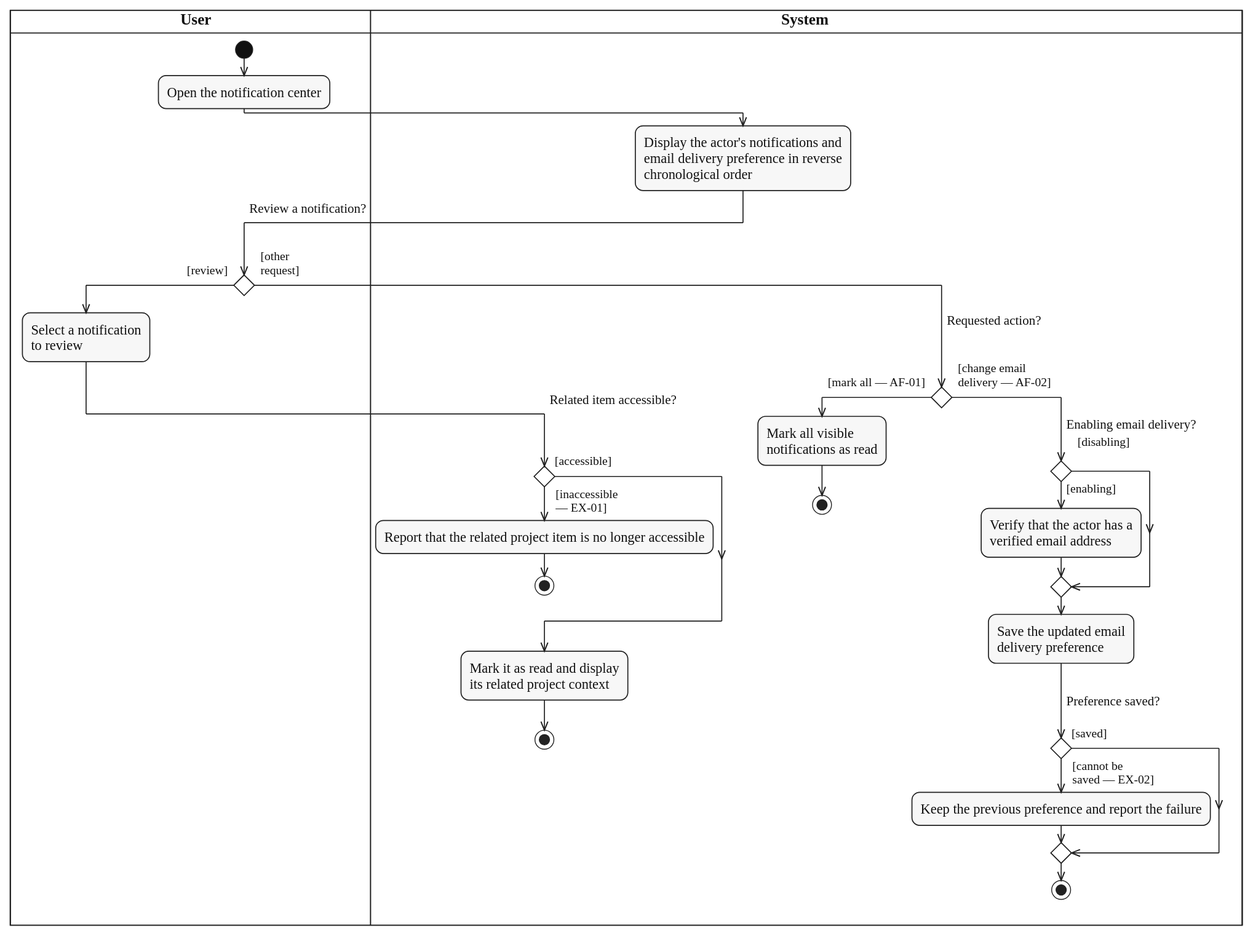
Before: diagrams/activity/collaboration-notification/svg/UC-NOTIFICATIONS-REVIEW.svg, a diagram exported from PlantUML (lukenab/swd392-doc-automation). Its source is kept beside it as diagrams/activity/collaboration-notification/source/UC-NOTIFICATIONS-REVIEW.puml. Its diagram source:
```plantuml
@startuml UC-NOTIFICATIONS-REVIEW
!include ../../_shared/activity-style.puml
|USR| $lane_title("User")
|SYS| $lane_title("System")

|USR|
start
:Open the notification center;
|SYS|
:Display the actor's notifications and
email delivery preference in reverse
chronological order;
|USR|
if ($question_x("Review a notification?")) then ($guard_left("[review]"))
  :Select a notification
  to review;
  |SYS|
  if ($question_x("Related item accessible?")) then ($guard_left("[accessible]"))
  else ($guard_right("[inaccessible", "— EX-01]"))
    :Report that the related project item is no longer accessible;
    stop
  endif
  :Mark it as read and display
  its related project context;
  stop
else ($guard_right("[other", "request]"))
  |SYS|
  if ($question_x("Requested action?")) then ($guard_left("[mark all — AF-01]"))
    :Mark all visible
    notifications as read;
    stop
  else ($guard_right("[change email", "delivery — AF-02]"))
    if ($question("Enabling email delivery?")) then ($guard_left("[enabling]"))
      :Verify that the actor has a
      verified email address;
    else ($guard_right("[disabling]", ""))
    endif
    :Save the updated email
    delivery preference;
    if ($question("Preference saved?")) then ($guard_left("[saved]"))
    else ($guard_right("[cannot be", "saved — EX-02]"))
      :Keep the previous preference and report the failure;
    endif
    stop
  endif
endif
@enduml
```
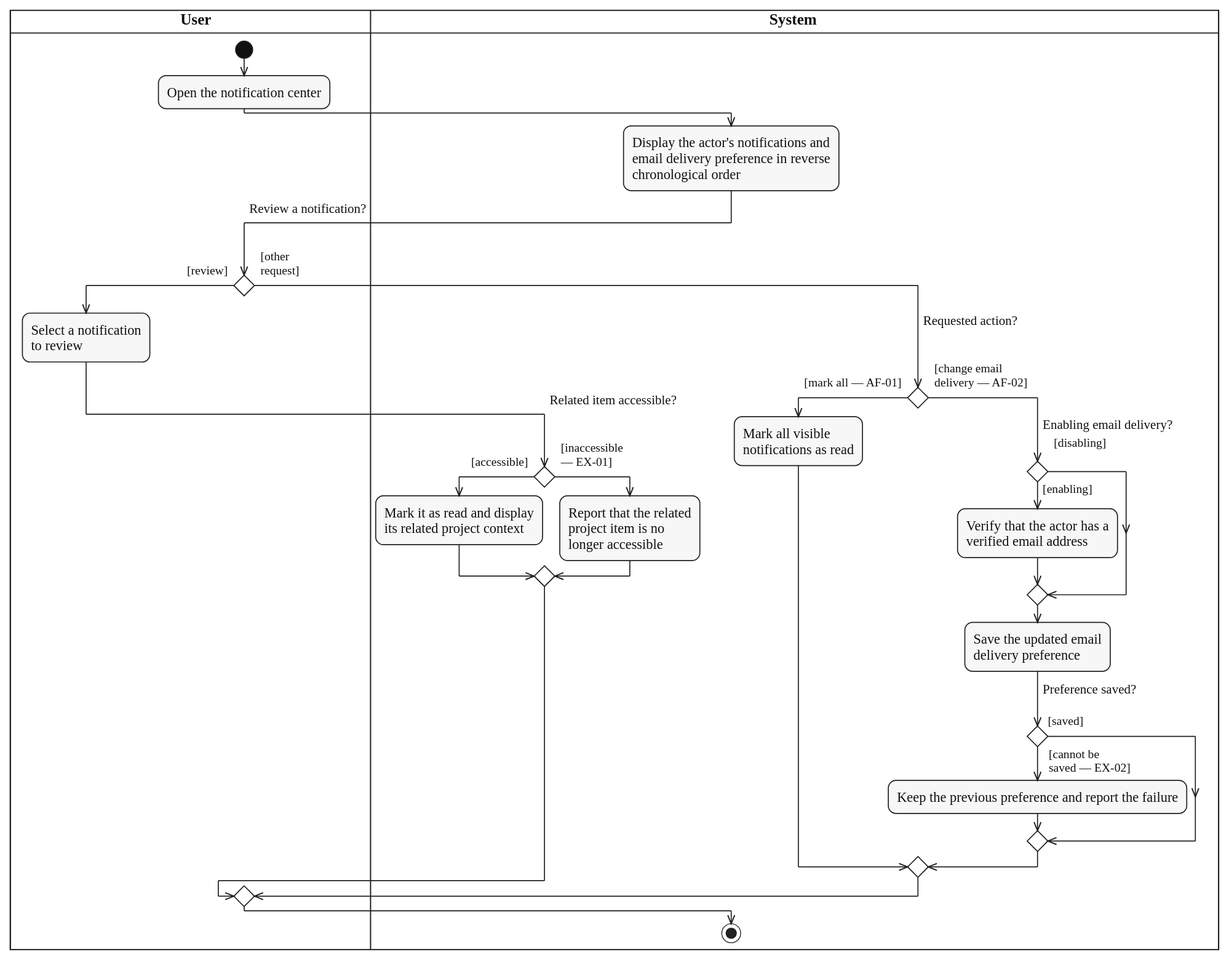
The same file after the commit.

Commit message:
docs(activity): merge end nodes in collaboration notification diagrams

Change to the diagram source:
```diff
@@ -16,19 +16,18 @@
   to review;
   |SYS|
   if ($question_x("Related item accessible?")) then ($guard_left("[accessible]"))
+    :Mark it as read and display
+    its related project context;
   else ($guard_right("[inaccessible", "— EX-01]"))
-    :Report that the related project item is no longer accessible;
-    stop
+    :Report that the related
+    project item is no
+    longer accessible;
   endif
-  :Mark it as read and display
-  its related project context;
-  stop
 else ($guard_right("[other", "request]"))
   |SYS|
   if ($question_x("Requested action?")) then ($guard_left("[mark all — AF-01]"))
     :Mark all visible
     notifications as read;
-    stop
   else ($guard_right("[change email", "delivery — AF-02]"))
     if ($question("Enabling email delivery?")) then ($guard_left("[enabling]"))
       :Verify that the actor has a
@@ -41,7 +40,8 @@
     else ($guard_right("[cannot be", "saved — EX-02]"))
       :Keep the previous preference and report the failure;
     endif
-    stop
   endif
 endif
+|SYS|
+stop
 @enduml
```
